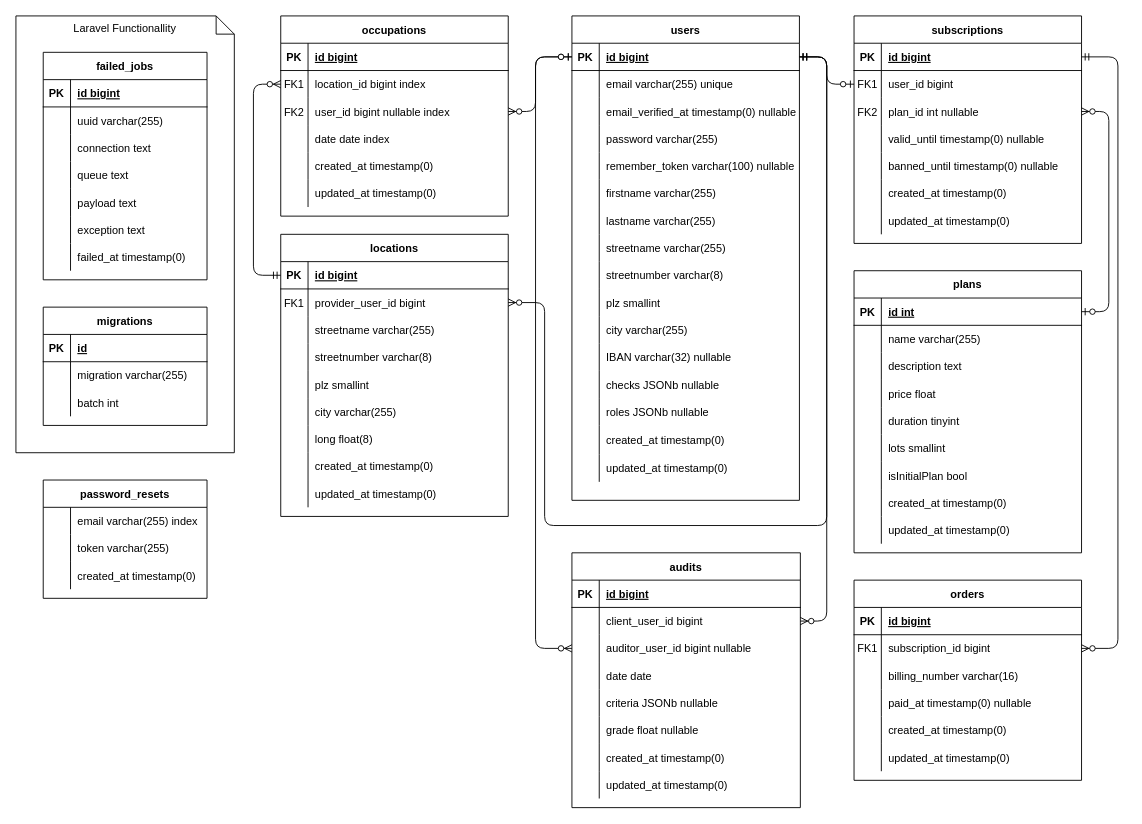
PatrickRoethlisberger/CS-Datenbanktechnologie keeps this draw.io diagram as docs/ERM_Patrick.drawio. Above is the earlier version. Source tidied: cells renumbered, new cells numbered last; positions are measured from the earlier drawing's top-left corner, leaving out a move shared by most shapes. Both pictures are drawn from the tidied source at 91%, with x=0, y=0 at pixel (15, 15).
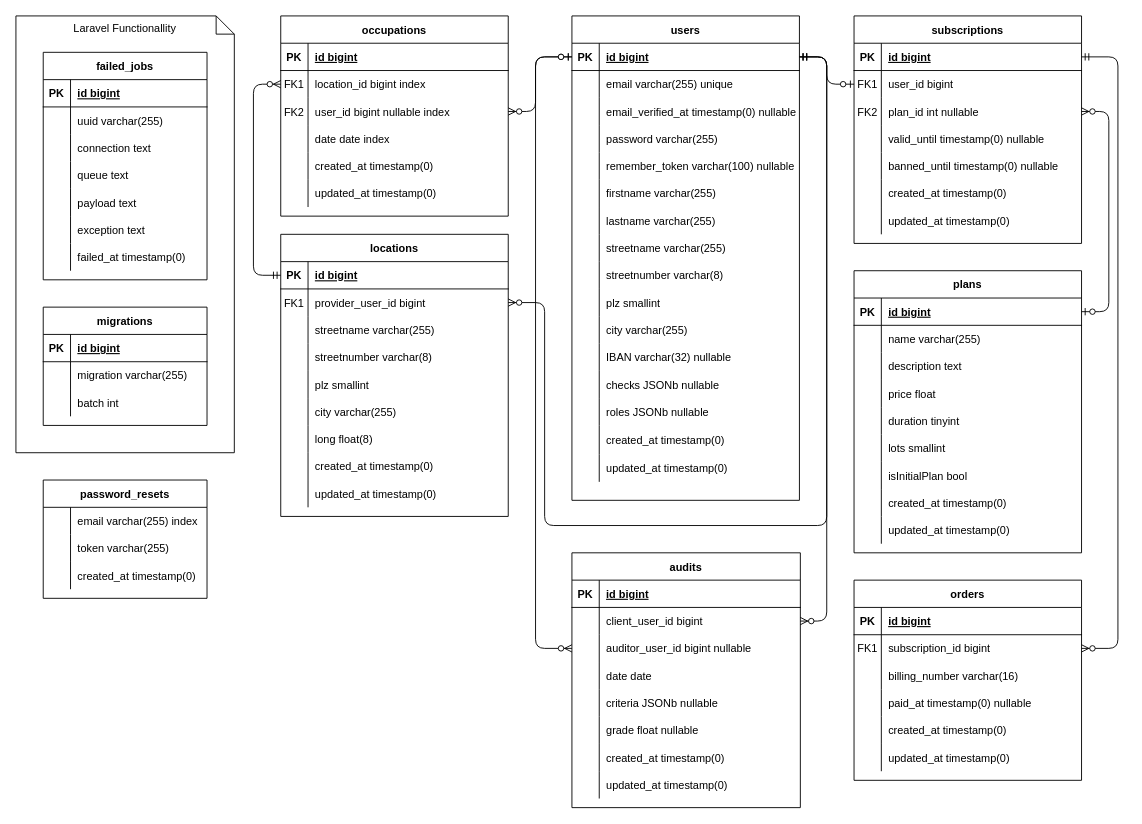
The same diagram, later.

The change refers to these unchanged cells:
```xml
<mxCell id="25" style="shape=partialRectangle;fillColor=none;points=[[0,0.5],[1,0.5]];portConstraint=eastwest;top=0;left=0;right=0;bottom=1;" parent="24" vertex="1">
  <mxGeometry y="30" width="250" height="30" as="geometry" />
</mxCell>
<mxCell id="114" style="shape=partialRectangle;fillColor=none;top=0;left=0;bottom=1;right=0;" parent="113" vertex="1">
  <mxGeometry y="30" width="180" height="30" as="geometry" />
</mxCell>
```

What changed in the source:
```diff
@@
-    <mxCell id="27" value="id int" style="shape=partialRectangle;overflow=hidden;fillColor=none;top=0;left=0;bottom=0;right=0;align=left;spacingLeft=6;fontStyle=5;" parent="25" vertex="1">
+    <mxCell id="27" value="id bigint" style="shape=partialRectangle;overflow=hidden;fillColor=none;top=0;left=0;bottom=0;right=0;align=left;spacingLeft=6;fontStyle=5;" parent="25" vertex="1">
       <mxGeometry x="30" width="220" height="30" as="geometry" />
     </mxCell>
@@
-    <mxCell id="116" value="id" style="shape=partialRectangle;fillColor=none;top=0;left=0;bottom=0;right=0;align=left;spacingLeft=6;fontStyle=5;overflow=hidden;" parent="114" vertex="1">
+    <mxCell id="116" value="id bigint" style="shape=partialRectangle;fillColor=none;top=0;left=0;bottom=0;right=0;align=left;spacingLeft=6;fontStyle=5;overflow=hidden;" parent="114" vertex="1">
       <mxGeometry x="30" width="150" height="30" as="geometry" />
     </mxCell>
```
